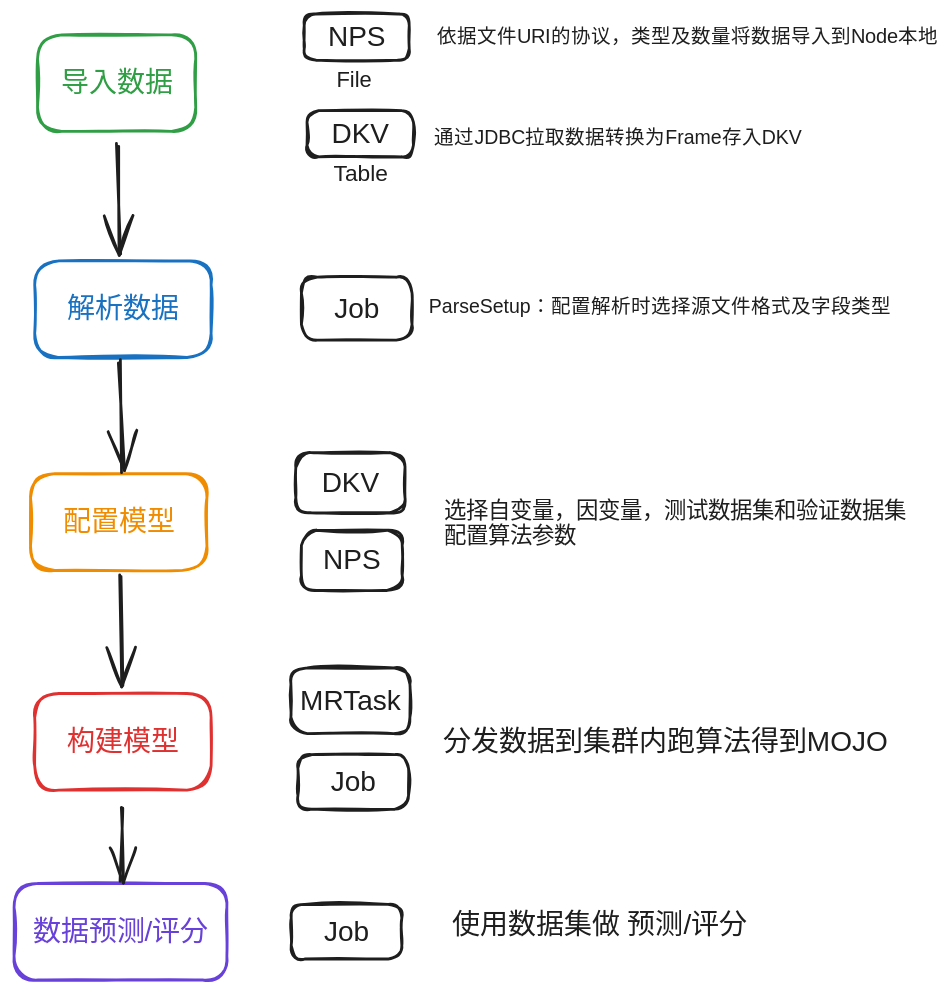
Above: ML/img/h2o-glm.excalidraw.svg in Kuangcp/Note (Excalidraw), before the change. Source tidied: one line per element, renumbered; positions are measured from the earlier drawing's top-left corner, leaving out a move shared by most shapes.
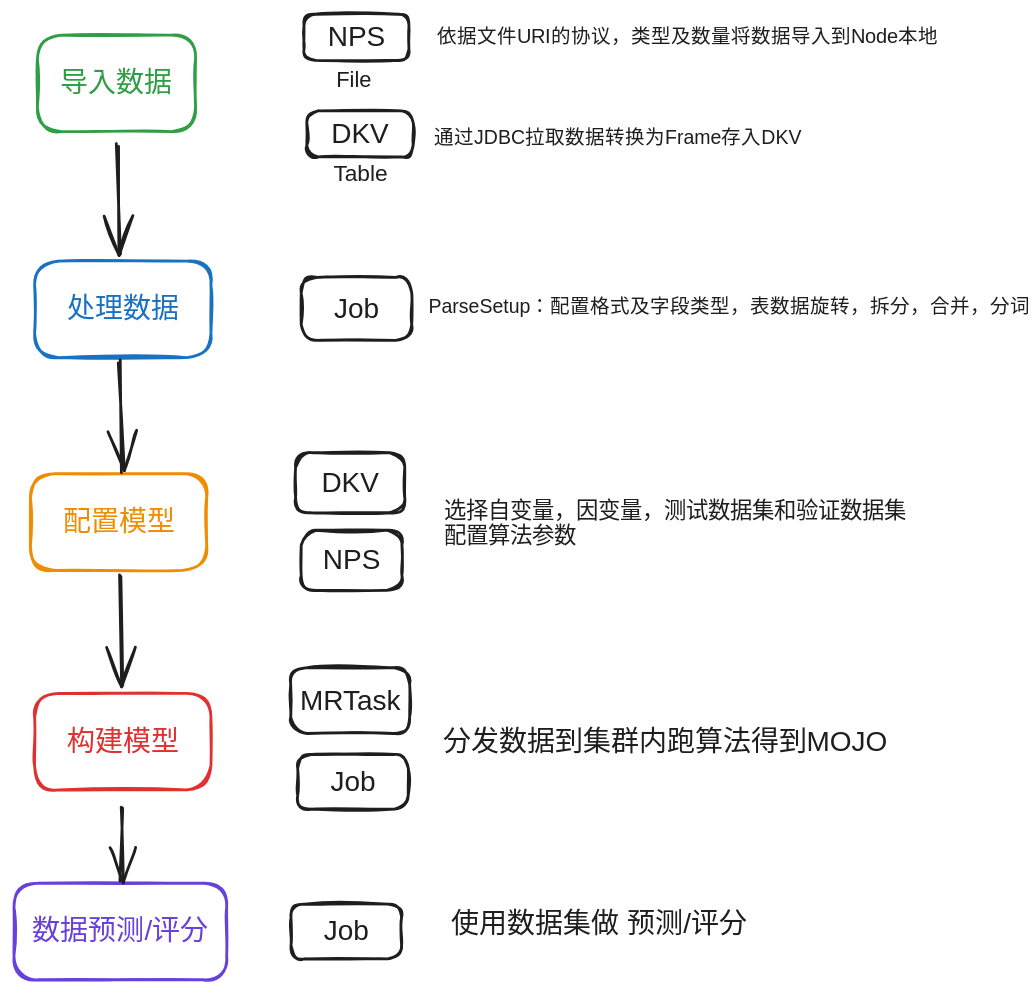
After the commit.

Diff of the diagram source:
```diff
@@ -1,7 +1,7 @@
 {"id": 0, "type": "rectangle", "strokeColor": "#2f9e44", "strokeWidth": 2, "roughness": 1, "round": true, "x": 17, "y": 15, "width": 113, "height": 69}
 {"id": 1, "type": "text", "text": "导入数据", "strokeColor": "#2f9e44", "strokeWidth": 2, "roughness": 1, "fontSize": 20, "fontFamily": 2, "textAlign": "center", "verticalAlign": "middle", "inside": 0, "x": 33, "y": 38, "width": 80, "height": 23}
 {"id": 2, "type": "rectangle", "strokeColor": "#1971c2", "strokeWidth": 2, "roughness": 1, "round": true, "x": 15, "y": 176, "width": 126, "height": 69}
-{"id": 3, "type": "text", "text": "解析数据", "strokeColor": "#1971c2", "strokeWidth": 2, "roughness": 1, "fontSize": 20, "fontFamily": 2, "textAlign": "center", "verticalAlign": "middle", "inside": 2, "x": 38, "y": 199, "width": 80, "height": 23}
+{"id": 3, "type": "text", "text": "处理数据", "strokeColor": "#1971c2", "strokeWidth": 2, "roughness": 1, "fontSize": 20, "fontFamily": 2, "textAlign": "center", "verticalAlign": "middle", "inside": 2, "x": 38, "y": 199, "width": 80, "height": 23}
 {"id": 4, "type": "rectangle", "strokeColor": "#f08c00", "strokeWidth": 2, "roughness": 1, "round": true, "x": 12, "y": 328, "width": 126, "height": 69}
 {"id": 5, "type": "text", "text": "配置模型", "strokeColor": "#f08c00", "strokeWidth": 2, "roughness": 1, "fontSize": 20, "fontFamily": 2, "textAlign": "center", "verticalAlign": "middle", "inside": 4, "x": 35, "y": 351, "width": 80, "height": 23}
 {"id": 6, "type": "rectangle", "strokeColor": "#e03131", "strokeWidth": 2, "roughness": 1, "round": true, "x": 15, "y": 485, "width": 126, "height": 69}
@@ -15,7 +15,7 @@
 {"id": 14, "type": "rectangle", "strokeColor": "#1e1e1e", "strokeWidth": 2, "roughness": 1, "round": true, "x": 207, "y": 0, "width": 75, "height": 33}
 {"id": 15, "type": "text", "text": "NPS", "strokeColor": "#1e1e1e", "strokeWidth": 2, "roughness": 1, "fontSize": 20, "fontFamily": 2, "textAlign": "center", "verticalAlign": "middle", "inside": 14, "x": 224, "y": 5, "width": 41, "height": 23}
 {"id": 16, "type": "text", "text": "依据文件URI的协议，类型及数量将数据导入到Node本地", "strokeColor": "#1e1e1e", "strokeWidth": 2, "roughness": 1, "fontSize": 13.94, "fontFamily": 1, "x": 302, "y": 8, "width": 352, "height": 17}
-{"id": 17, "type": "text", "text": "ParseSetup：配置解析时选择源文件格式及字段类型", "strokeColor": "#1e1e1e", "strokeWidth": 2, "roughness": 1, "fontSize": 13.94, "fontFamily": 2, "x": 296, "y": 201, "width": 324, "height": 16}
+{"id": 17, "type": "text", "text": "ParseSetup：配置格式及字段类型，表数据旋转，拆分，合并，分词", "strokeColor": "#1e1e1e", "strokeWidth": 2, "roughness": 1, "fontSize": 13.94, "fontFamily": 2, "x": 296, "y": 201, "width": 421, "height": 16}
 {"id": 18, "type": "rectangle", "strokeColor": "#1e1e1e", "strokeWidth": 2, "roughness": 1, "round": true, "x": 209, "y": 69, "width": 76, "height": 33}
 {"id": 19, "type": "text", "text": "DKV", "strokeColor": "#1e1e1e", "strokeWidth": 2, "roughness": 1, "fontSize": 20, "fontFamily": 2, "textAlign": "center", "verticalAlign": "middle", "inside": 18, "x": 227, "y": 74, "width": 41, "height": 23}
 {"id": 20, "type": "text", "text": "通过JDBC拉取数据转换为Frame存入DKV", "strokeColor": "#1e1e1e", "strokeWidth": 2, "roughness": 1, "fontSize": 13.94, "fontFamily": 2, "x": 300, "y": 80, "width": 259, "height": 16}
```
